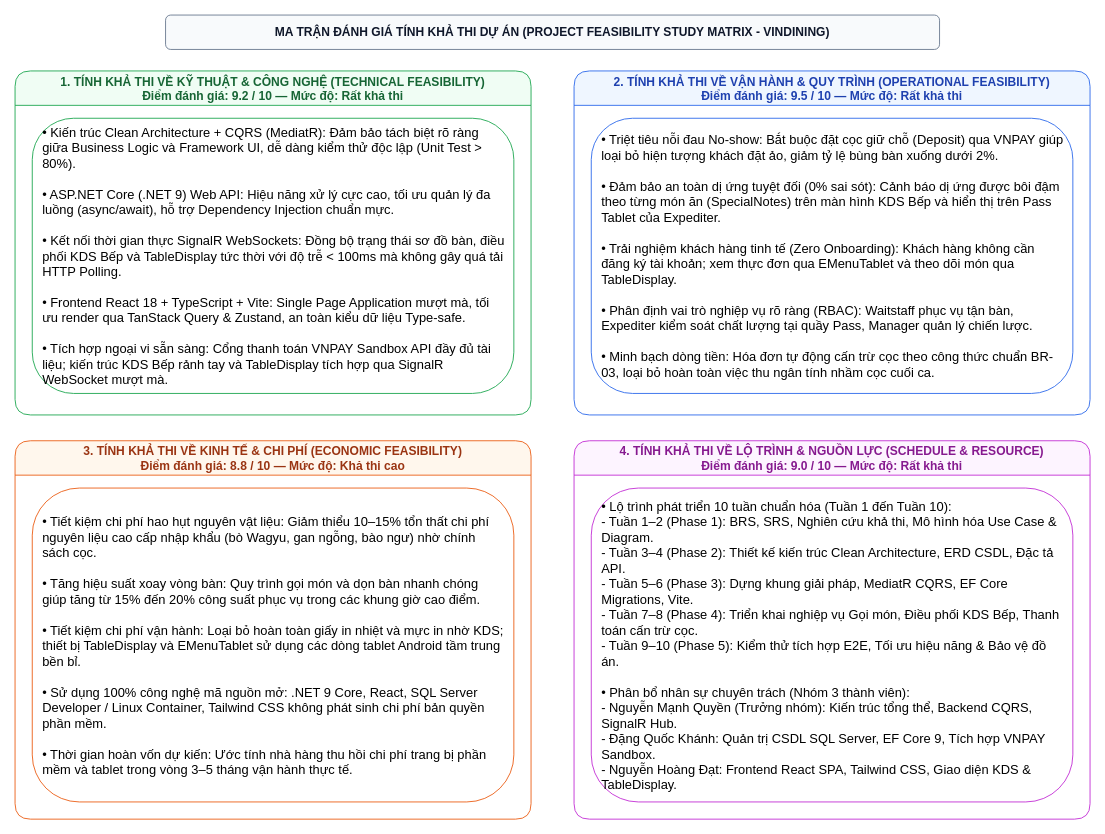
Earlier version of the draw.io diagram docs/phase1/drawio/feasibility_matrix.drawio (AndrewQng/VinDining). Source tidied: cells renumbered, new cells numbered last; positions are measured from the earlier drawing's top-left corner, leaving out a move shared by most shapes. Both pictures are drawn from the tidied source at 86%, with x=0, y=0 at pixel (15, 15).
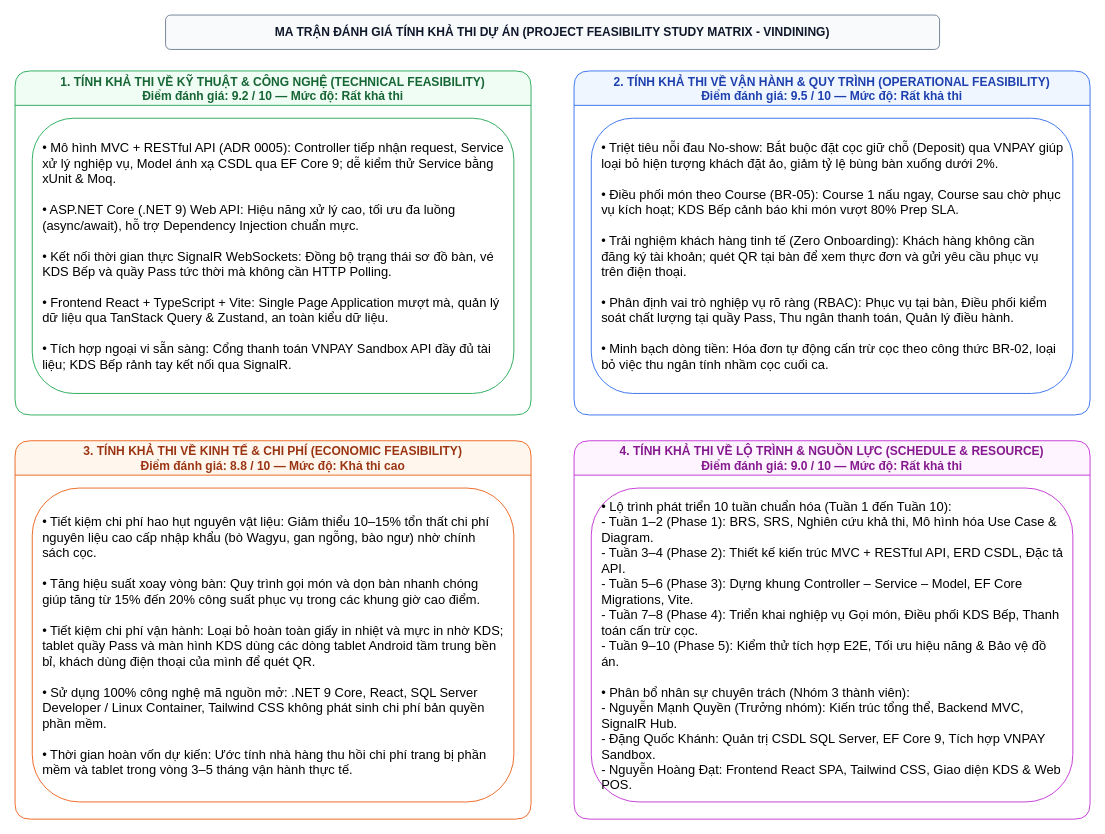
The same diagram, later.

Change to the diagram source:
```diff
@@
 <mxGraphModel>
   <root>
     <mxCell id="0" />
     <mxCell id="1" parent="0" />
     <mxCell id="2" value="MA TRẬN ĐÁNH GIÁ TÍNH KHẢ THI DỰ ÁN (PROJECT FEASIBILITY STUDY MATRIX - VINDINING)" style="rounded=1;whiteSpace=wrap;html=1;fillColor=#f8fafc;strokeColor=#64748b;fontStyle=1;fontSize=14;fontColor=#0f172a;" parent="1" vertex="1">
       <mxGeometry x="175" width="900" height="40" as="geometry" />
     </mxCell>
     <mxCell id="3" value="1. TÍNH KHẢ THI VỀ KỸ THUẬT &amp; CÔNG NGHỆ (TECHNICAL FEASIBILITY)&#10;Điểm đánh giá: 9.2 / 10 — Mức độ: Rất khả thi" style="swimlane;startSize=40;fillColor=#f0fdf4;strokeColor=#16a34a;fontStyle=1;rounded=1;fontSize=14;fontColor=#166534;" parent="1" vertex="1">
       <mxGeometry y="65" width="600" height="400" as="geometry" />
     </mxCell>
-    <mxCell id="4" value="&lt;font style=&quot;font-size: 15px;&quot;&gt;• Kiến trúc Clean Architecture + CQRS (MediatR): Đảm bảo tách biệt rõ ràng giữa Business Logic và Framework UI, dễ dàng kiểm thử độc lập (Unit Test &amp;gt; 80%).&lt;br&gt;&lt;br&gt;• ASP.NET Core (.NET 9) Web API: Hiệu năng xử lý cực cao, tối ưu quản lý đa luồng (async/await), hỗ trợ Dependency Injection chuẩn mực.&lt;br&gt;&lt;br&gt;• Kết nối thời gian thực SignalR WebSockets: Đồng bộ trạng thái sơ đồ bàn, điều phối KDS Bếp và TableDisplay tức thời với độ trễ &amp;lt; 100ms mà không gây quá tải HTTP Polling.&lt;br&gt;&lt;br&gt;• Frontend React 18 + TypeScript + Vite: Single Page Application mượt mà, tối ưu render qua TanStack Query &amp;amp; Zustand, an toàn kiểu dữ liệu Type-safe.&lt;br&gt;&lt;br&gt;• Tích hợp ngoại vi sẵn sàng: Cổng thanh toán VNPAY Sandbox API đầy đủ tài liệu; kiến trúc KDS Bếp rảnh tay và TableDisplay tích hợp qua SignalR WebSocket mượt mà.&lt;/font&gt;" style="rounded=1;whiteSpace=wrap;html=1;fillColor=#ffffff;strokeColor=#16a34a;align=left;spacing=12;fontSize=14;lineHeight=1.4;" parent="3" vertex="1">
+    <mxCell id="4" value="&lt;font style=&quot;font-size: 15px;&quot;&gt;• Mô hình MVC + RESTful API (ADR 0005): Controller tiếp nhận request, Service xử lý nghiệp vụ, Model ánh xạ CSDL qua EF Core 9; dễ kiểm thử Service bằng xUnit &amp;amp; Moq.&lt;br&gt;&lt;br&gt;• ASP.NET Core (.NET 9) Web API: Hiệu năng xử lý cao, tối ưu đa luồng (async/await), hỗ trợ Dependency Injection chuẩn mực.&lt;br&gt;&lt;br&gt;• Kết nối thời gian thực SignalR WebSockets: Đồng bộ trạng thái sơ đồ bàn, vé KDS Bếp và quầy Pass tức thời mà không cần HTTP Polling.&lt;br&gt;&lt;br&gt;• Frontend React + TypeScript + Vite: Single Page Application mượt mà, quản lý dữ liệu qua TanStack Query &amp;amp; Zustand, an toàn kiểu dữ liệu.&lt;br&gt;&lt;br&gt;• Tích hợp ngoại vi sẵn sàng: Cổng thanh toán VNPAY Sandbox API đầy đủ tài liệu; KDS Bếp rảnh tay kết nối qua SignalR.&lt;/font&gt;" style="rounded=1;whiteSpace=wrap;html=1;fillColor=#ffffff;strokeColor=#16a34a;align=left;spacing=12;fontSize=14;lineHeight=1.4;" parent="3" vertex="1">
       <mxGeometry x="20" y="55" width="560" height="320" as="geometry" />
     </mxCell>
     <mxCell id="5" value="2. TÍNH KHẢ THI VỀ VẬN HÀNH &amp; QUY TRÌNH (OPERATIONAL FEASIBILITY)&#10;Điểm đánh giá: 9.5 / 10 — Mức độ: Rất khả thi" style="swimlane;startSize=40;fillColor=#eff6ff;strokeColor=#2563eb;fontStyle=1;rounded=1;fontSize=14;fontColor=#1e40af;" parent="1" vertex="1">
       <mxGeometry x="650" y="65" width="600" height="400" as="geometry" />
     </mxCell>
-    <mxCell id="6" value="&lt;font style=&quot;font-size: 15px;&quot;&gt;• Triệt tiêu nỗi đau No-show: Bắt buộc đặt cọc giữ chỗ (Deposit) qua VNPAY giúp loại bỏ hiện tượng khách đặt ảo, giảm tỷ lệ bùng bàn xuống dưới 2%.&lt;br&gt;&lt;br&gt;• Đảm bảo an toàn dị ứng tuyệt đối (0% sai sót): Cảnh báo dị ứng được bôi đậm theo từng món ăn (SpecialNotes) trên màn hình KDS Bếp và hiển thị trên Pass Tablet của Expediter.&lt;br&gt;&lt;br&gt;• Trải nghiệm khách hàng tinh tế (Zero Onboarding): Khách hàng không cần đăng ký tài khoản; xem thực đơn qua EMenuTablet và theo dõi món qua TableDisplay.&lt;br&gt;&lt;br&gt;• Phân định vai trò nghiệp vụ rõ ràng (RBAC): Waitstaff phục vụ tận bàn, Expediter kiểm soát chất lượng tại quầy Pass, Manager quản lý chiến lược.&lt;br&gt;&lt;br&gt;• Minh bạch dòng tiền: Hóa đơn tự động cấn trừ cọc theo công thức chuẩn BR-03, loại bỏ hoàn toàn việc thu ngân tính nhầm cọc cuối ca.&lt;/font&gt;" style="rounded=1;whiteSpace=wrap;html=1;fillColor=#ffffff;strokeColor=#2563eb;align=left;spacing=12;fontSize=14;lineHeight=1.4;" parent="5" vertex="1">
+    <mxCell id="6" value="&lt;font style=&quot;font-size: 15px;&quot;&gt;• Triệt tiêu nỗi đau No-show: Bắt buộc đặt cọc giữ chỗ (Deposit) qua VNPAY giúp loại bỏ hiện tượng khách đặt ảo, giảm tỷ lệ bùng bàn xuống dưới 2%.&lt;br&gt;&lt;br&gt;• Điều phối món theo Course (BR-05): Course 1 nấu ngay, Course sau chờ phục vụ kích hoạt; KDS Bếp cảnh báo khi món vượt 80% Prep SLA.&lt;br&gt;&lt;br&gt;• Trải nghiệm khách hàng tinh tế (Zero Onboarding): Khách hàng không cần đăng ký tài khoản; quét QR tại bàn để xem thực đơn và gửi yêu cầu phục vụ trên điện thoại.&lt;br&gt;&lt;br&gt;• Phân định vai trò nghiệp vụ rõ ràng (RBAC): Phục vụ tại bàn, Điều phối kiểm soát chất lượng tại quầy Pass, Thu ngân thanh toán, Quản lý điều hành.&lt;br&gt;&lt;br&gt;• Minh bạch dòng tiền: Hóa đơn tự động cấn trừ cọc theo công thức BR-02, loại bỏ việc thu ngân tính nhầm cọc cuối ca.&lt;/font&gt;" style="rounded=1;whiteSpace=wrap;html=1;fillColor=#ffffff;strokeColor=#2563eb;align=left;spacing=12;fontSize=14;lineHeight=1.4;" parent="5" vertex="1">
       <mxGeometry x="20" y="55" width="560" height="320" as="geometry" />
     </mxCell>
     <mxCell id="7" value="3. TÍNH KHẢ THI VỀ KINH TẾ &amp; CHI PHÍ (ECONOMIC FEASIBILITY)&#10;Điểm đánh giá: 8.8 / 10 — Mức độ: Khả thi cao" style="swimlane;startSize=40;fillColor=#fff7ed;strokeColor=#ea580c;fontStyle=1;rounded=1;fontSize=14;fontColor=#9a3412;" parent="1" vertex="1">
       <mxGeometry y="495" width="600" height="440" as="geometry" />
     </mxCell>
-    <mxCell id="8" value="&lt;font style=&quot;font-size: 15px;&quot;&gt;• Tiết kiệm chi phí hao hụt nguyên vật liệu: Giảm thiểu 10–15% tổn thất chi phí nguyên liệu cao cấp nhập khẩu (bò Wagyu, gan ngỗng, bào ngư) nhờ chính sách cọc.&lt;br&gt;&lt;br&gt;• Tăng hiệu suất xoay vòng bàn: Quy trình gọi món và dọn bàn nhanh chóng giúp tăng từ 15% đến 20% công suất phục vụ trong các khung giờ cao điểm.&lt;br&gt;&lt;br&gt;• Tiết kiệm chi phí vận hành: Loại bỏ hoàn toàn giấy in nhiệt và mực in nhờ KDS; thiết bị TableDisplay và EMenuTablet sử dụng các dòng tablet Android tầm trung bền bỉ.&lt;br&gt;&lt;br&gt;• Sử dụng 100% công nghệ mã nguồn mở: .NET 9 Core, React, SQL Server Developer / Linux Container, Tailwind CSS không phát sinh chi phí bản quyền phần mềm.&lt;br&gt;&lt;br&gt;• Thời gian hoàn vốn dự kiến: Ước tính nhà hàng thu hồi chi phí trang bị phần mềm và tablet trong vòng 3–5 tháng vận hành thực tế.&lt;/font&gt;" style="rounded=1;whiteSpace=wrap;html=1;fillColor=#ffffff;strokeColor=#ea580c;align=left;spacing=12;fontSize=14;lineHeight=1.4;" parent="7" vertex="1">
+    <mxCell id="8" value="&lt;font style=&quot;font-size: 15px;&quot;&gt;• Tiết kiệm chi phí hao hụt nguyên vật liệu: Giảm thiểu 10–15% tổn thất chi phí nguyên liệu cao cấp nhập khẩu (bò Wagyu, gan ngỗng, bào ngư) nhờ chính sách cọc.&lt;br&gt;&lt;br&gt;• Tăng hiệu suất xoay vòng bàn: Quy trình gọi món và dọn bàn nhanh chóng giúp tăng từ 15% đến 20% công suất phục vụ trong các khung giờ cao điểm.&lt;br&gt;&lt;br&gt;• Tiết kiệm chi phí vận hành: Loại bỏ hoàn toàn giấy in nhiệt và mực in nhờ KDS; tablet quầy Pass và màn hình KDS dùng các dòng tablet Android tầm trung bền bỉ, khách dùng điện thoại của mình để quét QR.&lt;br&gt;&lt;br&gt;• Sử dụng 100% công nghệ mã nguồn mở: .NET 9 Core, React, SQL Server Developer / Linux Container, Tailwind CSS không phát sinh chi phí bản quyền phần mềm.&lt;br&gt;&lt;br&gt;• Thời gian hoàn vốn dự kiến: Ước tính nhà hàng thu hồi chi phí trang bị phần mềm và tablet trong vòng 3–5 tháng vận hành thực tế.&lt;/font&gt;" style="rounded=1;whiteSpace=wrap;html=1;fillColor=#ffffff;strokeColor=#ea580c;align=left;spacing=12;fontSize=14;lineHeight=1.4;" parent="7" vertex="1">
       <mxGeometry x="20" y="55" width="560" height="365" as="geometry" />
     </mxCell>
     <mxCell id="9" value="4. TÍNH KHẢ THI VỀ LỘ TRÌNH &amp; NGUỒN LỰC (SCHEDULE &amp; RESOURCE)&#10;Điểm đánh giá: 9.0 / 10 — Mức độ: Rất khả thi" style="swimlane;startSize=40;fillColor=#fdf4ff;strokeColor=#c026d3;fontStyle=1;rounded=1;fontSize=14;fontColor=#86198f;" parent="1" vertex="1">
       <mxGeometry x="650" y="495" width="600" height="440" as="geometry" />
     </mxCell>
-    <mxCell id="10" value="&lt;font style=&quot;font-size: 15px;&quot;&gt;• Lộ trình phát triển 10 tuần chuẩn hóa (Tuần 1 đến Tuần 10):&lt;br&gt;  - Tuần 1–2 (Phase 1): BRS, SRS, Nghiên cứu khả thi, Mô hình hóa Use Case &amp;amp; Diagram.&lt;br&gt;  - Tuần 3–4 (Phase 2): Thiết kế kiến trúc Clean Architecture, ERD CSDL, Đặc tả API.&lt;br&gt;  - Tuần 5–6 (Phase 3): Dựng khung giải pháp, MediatR CQRS, EF Core Migrations, Vite.&lt;br&gt;  - Tuần 7–8 (Phase 4): Triển khai nghiệp vụ Gọi món, Điều phối KDS Bếp, Thanh toán cấn trừ cọc.&lt;br&gt;  - Tuần 9–10 (Phase 5): Kiểm thử tích hợp E2E, Tối ưu hiệu năng &amp;amp; Bảo vệ đồ án.&lt;br&gt;&lt;br&gt;• Phân bổ nhân sự chuyên trách (Nhóm 3 thành viên):&lt;br&gt;  - Nguyễn Mạnh Quyền (Trưởng nhóm): Kiến trúc tổng thể, Backend CQRS, SignalR Hub.&lt;br&gt;  - Đặng Quốc Khánh: Quản trị CSDL SQL Server, EF Core 9, Tích hợp VNPAY Sandbox.&lt;br&gt;  - Nguyễn Hoàng Đạt: Frontend React SPA, Tailwind CSS, Giao diện KDS &amp;amp; TableDisplay.&lt;/font&gt;" style="rounded=1;whiteSpace=wrap;html=1;fillColor=#ffffff;strokeColor=#c026d3;align=left;spacing=12;fontSize=14;lineHeight=1.4;" parent="9" vertex="1">
+    <mxCell id="10" value="&lt;font style=&quot;font-size: 15px;&quot;&gt;• Lộ trình phát triển 10 tuần chuẩn hóa (Tuần 1 đến Tuần 10):&lt;br&gt;  - Tuần 1–2 (Phase 1): BRS, SRS, Nghiên cứu khả thi, Mô hình hóa Use Case &amp;amp; Diagram.&lt;br&gt;  - Tuần 3–4 (Phase 2): Thiết kế kiến trúc MVC + RESTful API, ERD CSDL, Đặc tả API.&lt;br&gt;  - Tuần 5–6 (Phase 3): Dựng khung Controller – Service – Model, EF Core Migrations, Vite.&lt;br&gt;  - Tuần 7–8 (Phase 4): Triển khai nghiệp vụ Gọi món, Điều phối KDS Bếp, Thanh toán cấn trừ cọc.&lt;br&gt;  - Tuần 9–10 (Phase 5): Kiểm thử tích hợp E2E, Tối ưu hiệu năng &amp;amp; Bảo vệ đồ án.&lt;br&gt;&lt;br&gt;• Phân bổ nhân sự chuyên trách (Nhóm 3 thành viên):&lt;br&gt;  - Nguyễn Mạnh Quyền (Trưởng nhóm): Kiến trúc tổng thể, Backend MVC, SignalR Hub.&lt;br&gt;  - Đặng Quốc Khánh: Quản trị CSDL SQL Server, EF Core 9, Tích hợp VNPAY Sandbox.&lt;br&gt;  - Nguyễn Hoàng Đạt: Frontend React SPA, Tailwind CSS, Giao diện KDS &amp;amp; Web POS.&lt;/font&gt;" style="rounded=1;whiteSpace=wrap;html=1;fillColor=#ffffff;strokeColor=#c026d3;align=left;spacing=12;fontSize=14;lineHeight=1.4;" parent="9" vertex="1">
       <mxGeometry x="20" y="55" width="560" height="365" as="geometry" />
     </mxCell>
   </root>
 </mxGraphModel>
```
